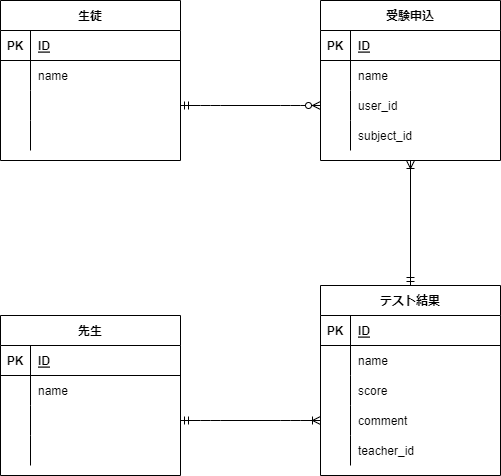
kaoriii7/coachtech-ER keeps this draw.io diagram as .drawio.png. Above is the earlier version. Source tidied: cells renumbered, new cells last; positions are measured from the earlier drawing's top-left corner, leaving out a move shared by most shapes.
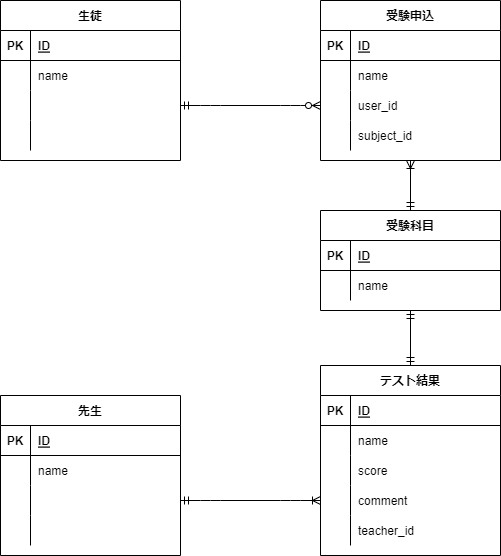
After the commit.

Change to the diagram source:
```diff
@@ -3,7 +3,7 @@
     <mxCell id="0" />
     <mxCell id="1" parent="0" />
     <mxCell id="2" value="生徒" style="shape=table;startSize=30;rowLines=0;fontStyle=1;align=center;" parent="1" vertex="1">
-      <mxGeometry width="180" height="160" as="geometry" />
+      <mxGeometry y="-80" width="180" height="160" as="geometry" />
     </mxCell>
     <mxCell id="3" style="shape=partialRectangle;fillColor=none;top=0;left=0;bottom=1;right=0;" parent="2" vertex="1">
       <mxGeometry y="30" width="180" height="30" as="geometry" />
@@ -132,7 +132,7 @@
       <mxGeometry relative="1" as="geometry" />
     </mxCell>
     <mxCell id="45" value="受験申込" style="shape=table;startSize=30;rowLines=0;fontStyle=1;align=center;" parent="1" vertex="1">
-      <mxGeometry x="320" width="180" height="160" as="geometry" />
+      <mxGeometry x="320" y="-80" width="180" height="160" as="geometry" />
     </mxCell>
     <mxCell id="46" style="shape=partialRectangle;fillColor=none;top=0;left=0;bottom=1;right=0;" parent="45" vertex="1">
       <mxGeometry y="30" width="180" height="30" as="geometry" />
@@ -173,8 +173,32 @@
     <mxCell id="58" style="edgeStyle=entityRelationEdgeStyle;fontSize=12;html=1;endArrow=ERzeroToMany;startArrow=ERmandOne;exitX=1;exitY=0.5;exitDx=0;exitDy=0;entryX=0;entryY=0.5;entryDx=0;entryDy=0;" parent="1" edge="1" source="9" target="52">
       <mxGeometry relative="1" as="geometry" />
     </mxCell>
-    <mxCell id="59" style="fontSize=12;html=1;endArrow=ERoneToMany;startArrow=ERmandOne;exitX=0.5;exitY=0;exitDx=0;exitDy=0;entryX=0.5;entryY=1;entryDx=0;entryDy=0;" parent="1" edge="1" source="15" target="45">
+    <mxCell id="59" style="fontSize=12;html=1;endArrow=ERoneToMany;startArrow=ERmandOne;exitX=0.5;exitY=0;exitDx=0;exitDy=0;entryX=0.5;entryY=1;entryDx=0;entryDy=0;" parent="1" edge="1" source="60" target="45">
       <mxGeometry relative="1" as="geometry" />
     </mxCell>
+    <mxCell id="60" value="受験科目" style="shape=table;startSize=30;rowLines=0;fontStyle=1;align=center;" parent="1" vertex="1">
+      <mxGeometry x="320" y="130" width="180" height="100" as="geometry" />
+    </mxCell>
+    <mxCell id="61" style="shape=partialRectangle;fillColor=none;top=0;left=0;bottom=1;right=0;" parent="60" vertex="1">
+      <mxGeometry y="30" width="180" height="30" as="geometry" />
+    </mxCell>
+    <mxCell id="62" value="PK" style="shape=partialRectangle;fillColor=none;top=0;left=0;bottom=0;right=0;fontStyle=1;overflow=hidden;" parent="61" vertex="1">
+      <mxGeometry width="30" height="30" as="geometry" />
+    </mxCell>
+    <mxCell id="63" value="ID" style="shape=partialRectangle;fillColor=none;top=0;left=0;bottom=0;right=0;align=left;spacingLeft=6;fontStyle=5;overflow=hidden;" parent="61" vertex="1">
+      <mxGeometry x="30" width="150" height="30" as="geometry" />
+    </mxCell>
+    <mxCell id="64" style="shape=partialRectangle;fillColor=none;top=0;left=0;bottom=0;right=0;" parent="60" vertex="1">
+      <mxGeometry y="60" width="180" height="30" as="geometry" />
+    </mxCell>
+    <mxCell id="65" style="shape=partialRectangle;fillColor=none;top=0;left=0;bottom=0;right=0;overflow=hidden;" parent="64" vertex="1">
+      <mxGeometry width="30" height="30" as="geometry" />
+    </mxCell>
+    <mxCell id="66" value="name" style="shape=partialRectangle;fillColor=none;top=0;left=0;bottom=0;right=0;align=left;spacingLeft=6;overflow=hidden;" parent="64" vertex="1">
+      <mxGeometry x="30" width="150" height="30" as="geometry" />
+    </mxCell>
+    <mxCell id="67" style="fontSize=12;html=1;endArrow=ERmandOne;startArrow=ERmandOne;entryX=0.5;entryY=1;entryDx=0;entryDy=0;exitX=0.5;exitY=0;exitDx=0;exitDy=0;" parent="1" edge="1" source="15" target="60">
+      <mxGeometry relative="1" as="geometry" />
+    </mxCell>
   </root>
 </mxGraphModel>
```
